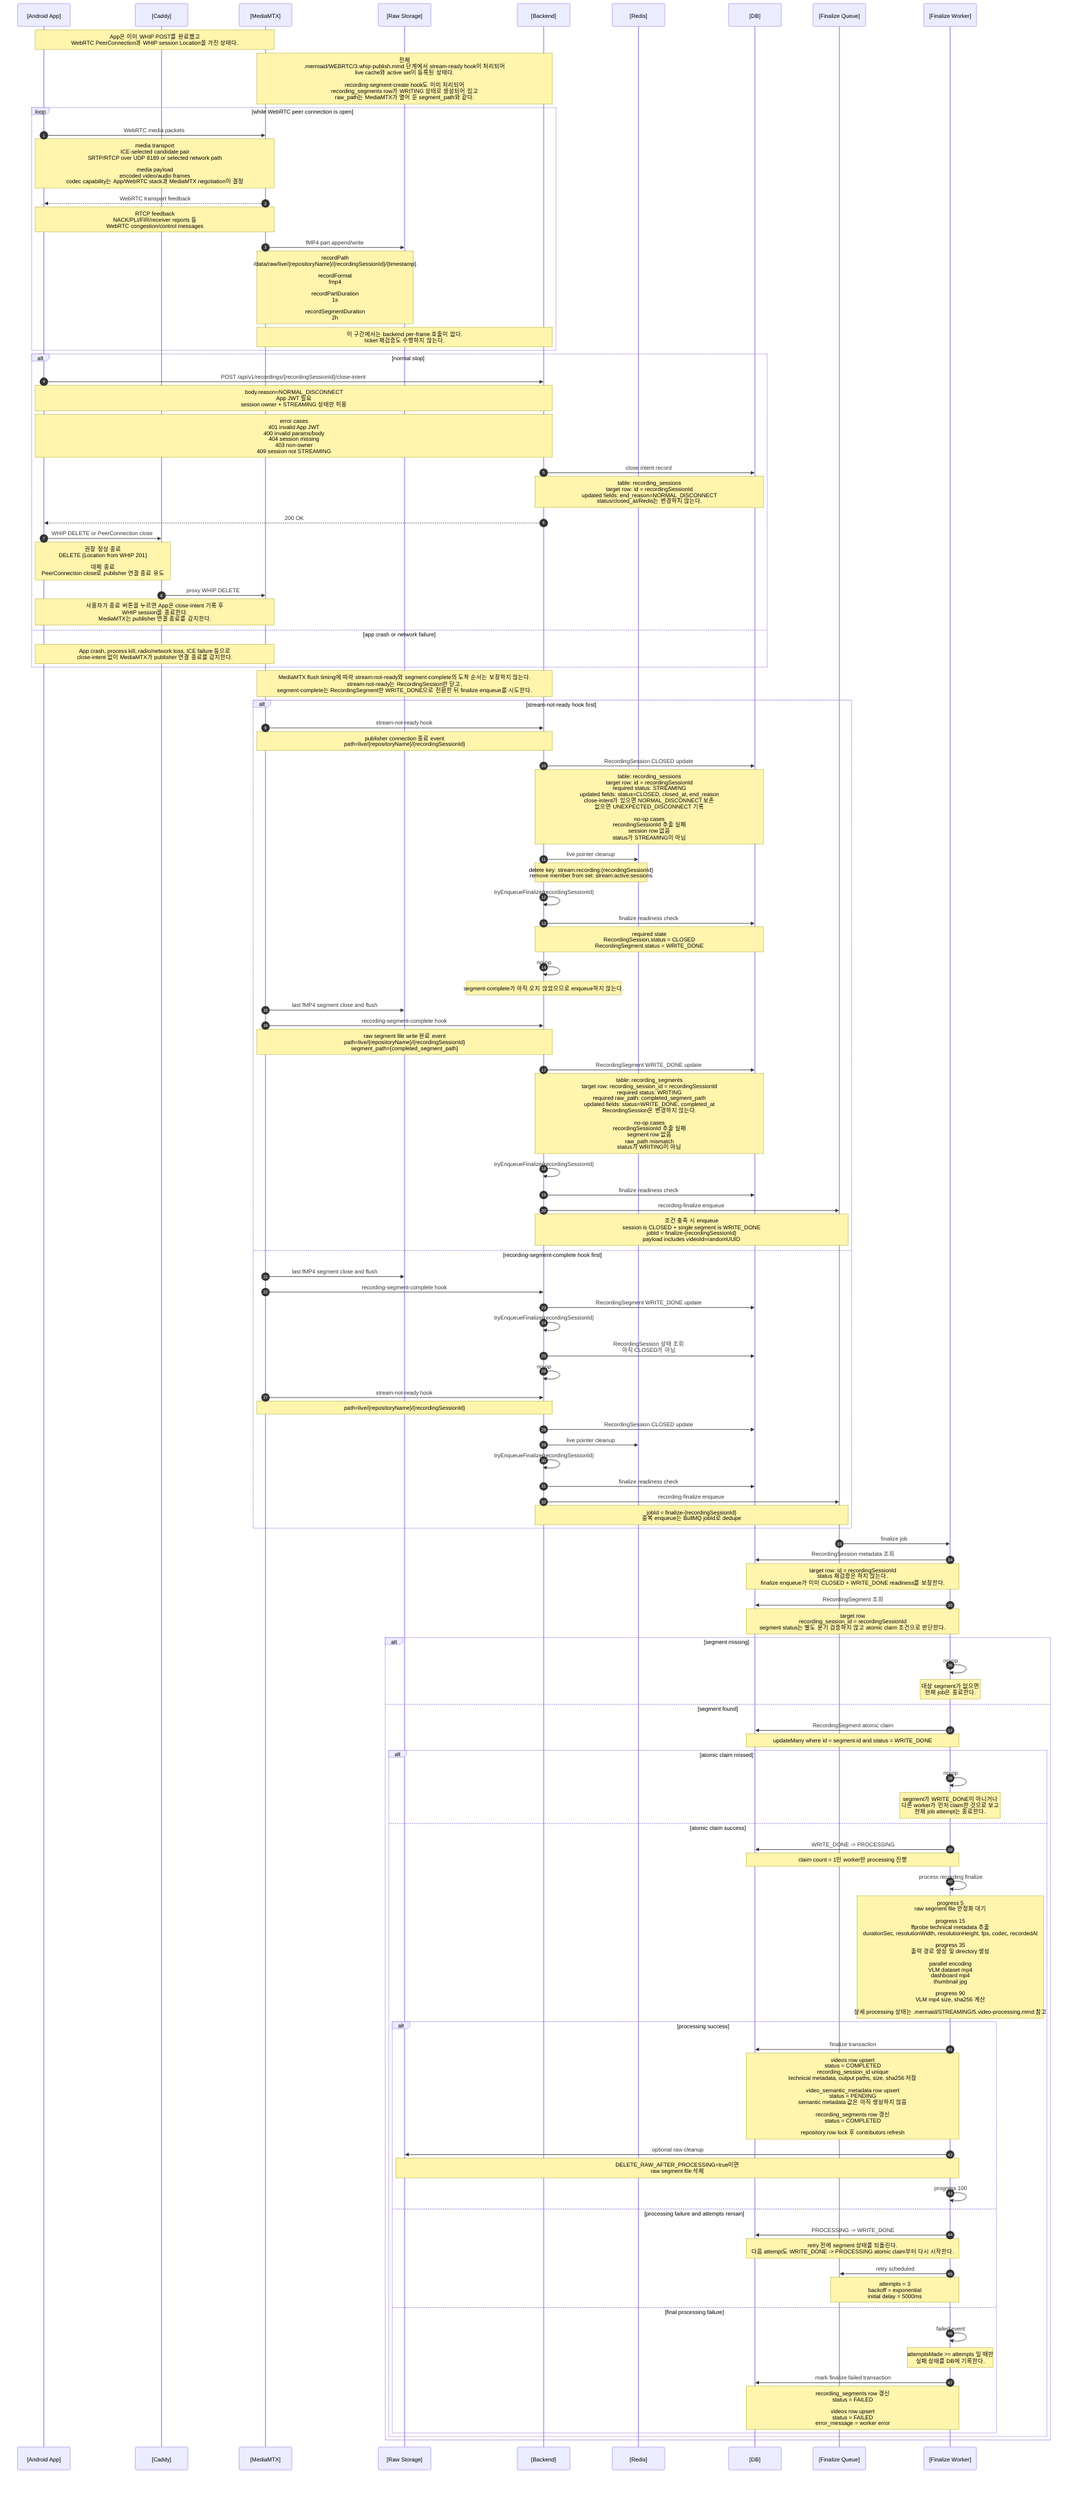
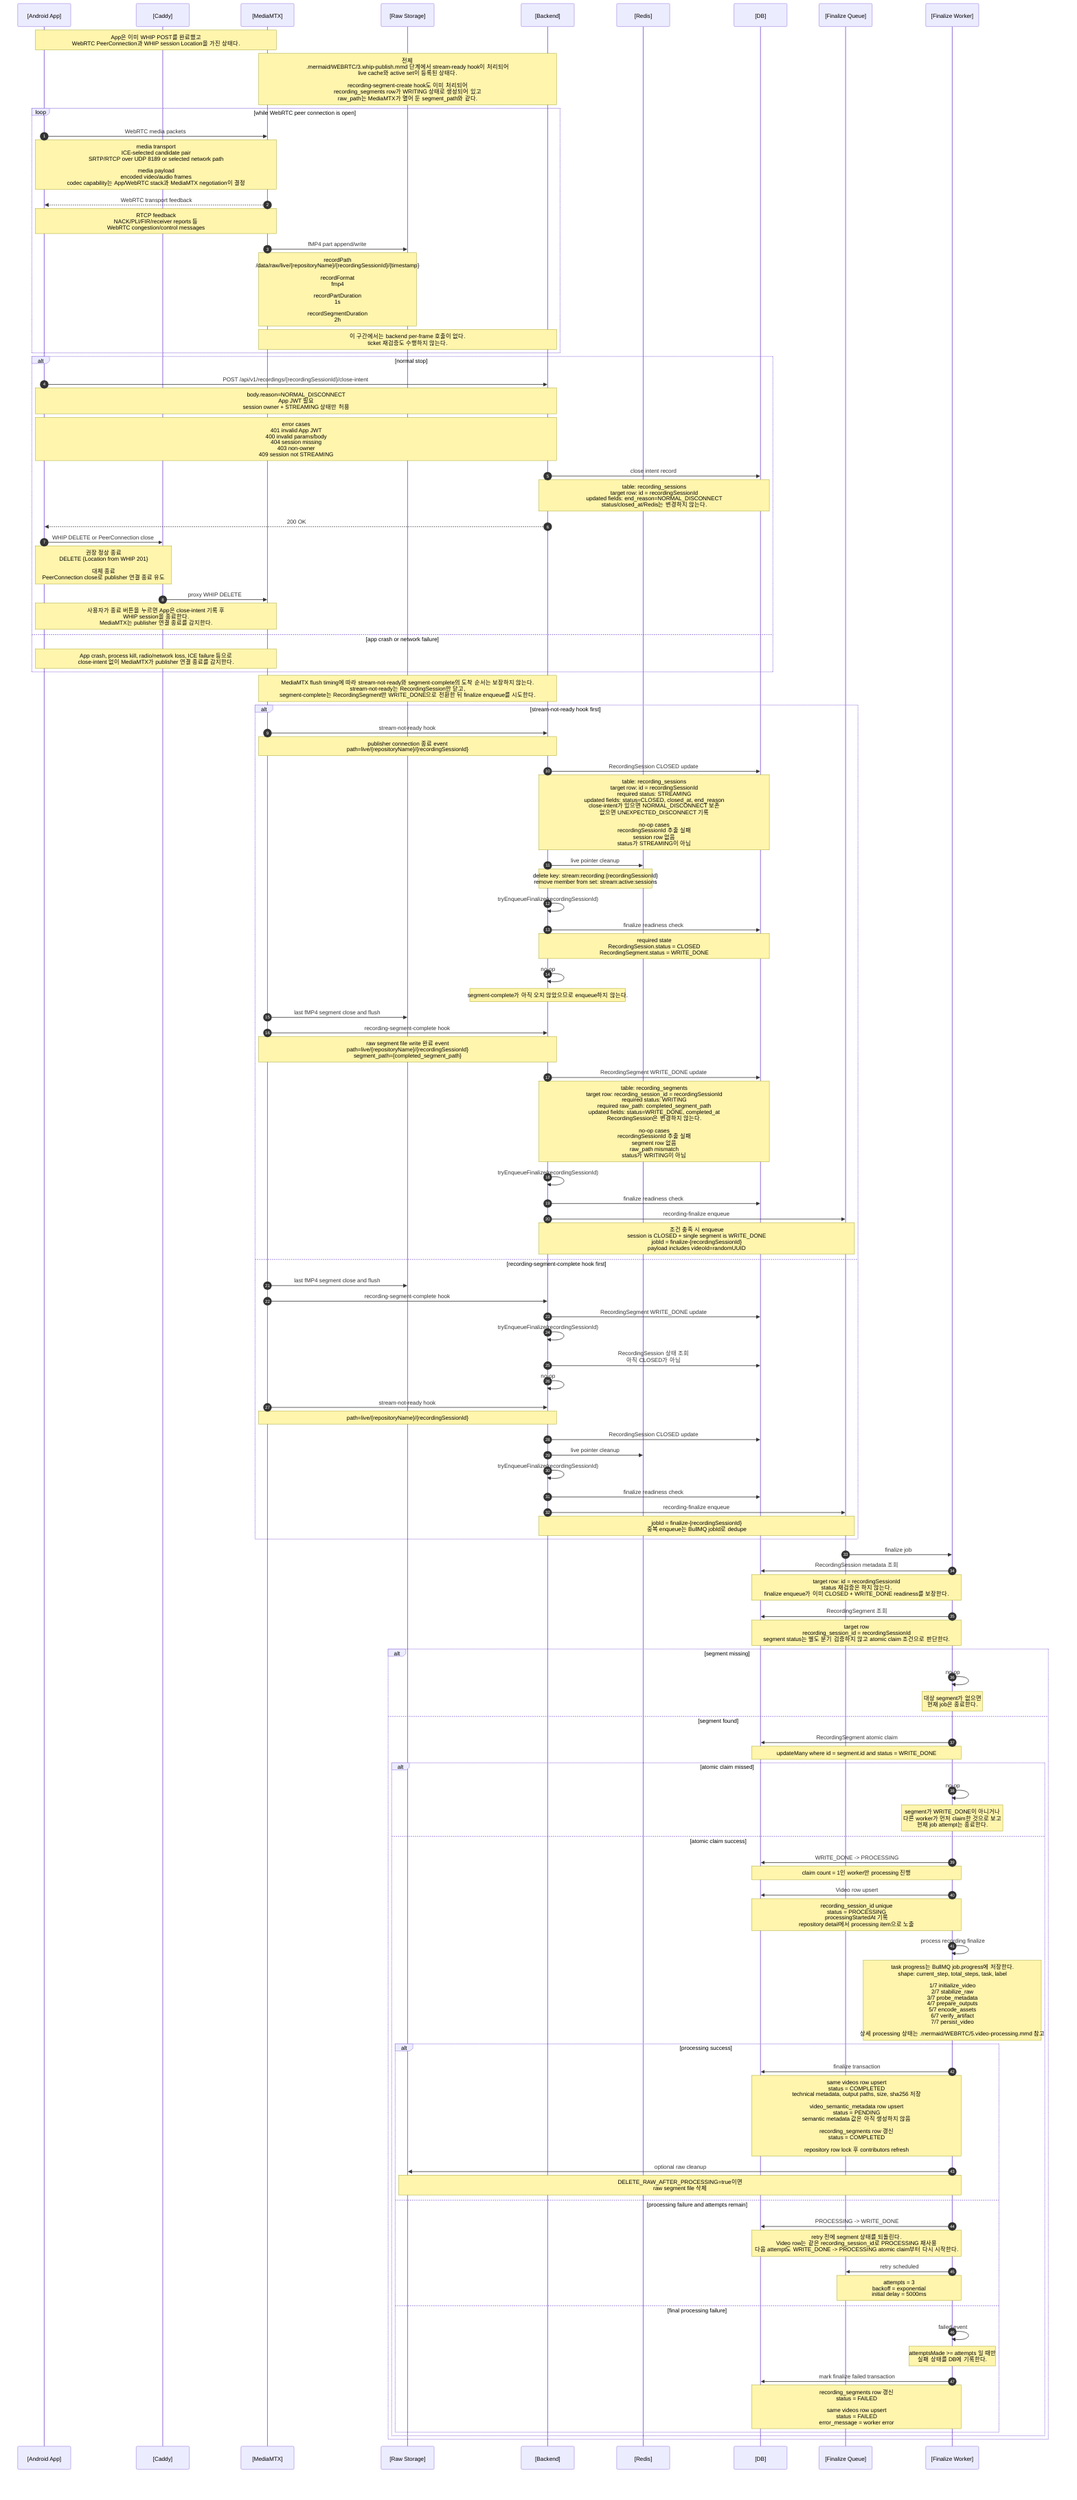
sequenceDiagram
  autonumber
  participant App as [Android App]
  participant Caddy as [Caddy]
  participant MTX as [MediaMTX]
  participant Storage as [Raw Storage]
  participant Backend as [Backend]
  participant Redis as [Redis]
  participant DB as [DB]
  participant Queue as [Finalize Queue]
  participant Worker as [Finalize Worker]

  Note over App,MTX: App은 이미 WHIP POST를 완료했고<br/>WebRTC PeerConnection과 WHIP session Location을 가진 상태다.
  Note over MTX,Backend: 전제<br/>.mermaid/WEBRTC/3.whip-publish.mmd 단계에서 stream-ready hook이 처리되어<br/>live cache와 active set이 등록된 상태다.<br/><br/>recording-segment-create hook도 이미 처리되어<br/>recording_segments row가 WRITING 상태로 생성되어 있고<br/>raw_path는 MediaMTX가 열어 둔 segment_path와 같다.

  loop while WebRTC peer connection is open
    App->>MTX: WebRTC media packets
    Note over App,MTX: media transport<br/>ICE-selected candidate pair<br/>SRTP/RTCP over UDP 8189 or selected network path<br/><br/>media payload<br/>encoded video/audio frames<br/>codec capability는 App/WebRTC stack과 MediaMTX negotiation이 결정

    MTX-->>App: WebRTC transport feedback
    Note over MTX,App: RTCP feedback<br/>NACK/PLI/FIR/receiver reports 등<br/>WebRTC congestion/control messages

    MTX->>Storage: fMP4 part append/write
    Note over MTX,Storage: recordPath<br/>/data/raw/live/{repositoryName}/{recordingSessionId}/{timestamp}<br/><br/>recordFormat<br/>fmp4<br/><br/>recordPartDuration<br/>1s<br/><br/>recordSegmentDuration<br/>2h

    Note over MTX,Backend: 이 구간에서는 backend per-frame 호출이 없다.<br/>ticket 재검증도 수행하지 않는다.
  end

  alt normal stop
    App->>Backend: POST /api/v1/recordings/{recordingSessionId}/close-intent
    Note over App,Backend: body.reason=NORMAL_DISCONNECT<br/>App JWT 필요<br/>session owner + STREAMING 상태만 허용
    Note over App,Backend: error cases<br/>401 invalid App JWT<br/>400 invalid params/body<br/>404 session missing<br/>403 non-owner<br/>409 session not STREAMING
    Backend->>DB: close intent record
    Note over Backend,DB: table: recording_sessions<br/>target row: id = recordingSessionId<br/>updated fields: end_reason=NORMAL_DISCONNECT<br/>status/closed_at/Redis는 변경하지 않는다.
    Backend-->>App: 200 OK

    App->>Caddy: WHIP DELETE or PeerConnection close
    Note over App,Caddy: 권장 정상 종료<br/>DELETE {Location from WHIP 201}<br/><br/>대체 종료<br/>PeerConnection close로 publisher 연결 종료 유도
    Caddy->>MTX: proxy WHIP DELETE
    Note over App,MTX: 사용자가 종료 버튼을 누르면 App은 close-intent 기록 후<br/>WHIP session을 종료한다.<br/>MediaMTX는 publisher 연결 종료를 감지한다.
  else app crash or network failure
    Note over App,MTX: App crash, process kill, radio/network loss, ICE failure 등으로<br/>close-intent 없이 MediaMTX가 publisher 연결 종료를 감지한다.
  end

  Note over MTX,Backend: MediaMTX flush timing에 따라 stream-not-ready와 segment-complete의 도착 순서는 보장하지 않는다.<br/>stream-not-ready는 RecordingSession만 닫고,<br/>segment-complete는 RecordingSegment만 WRITE_DONE으로 전환한 뒤 finalize enqueue를 시도한다.

  alt stream-not-ready hook first
    MTX->>Backend: stream-not-ready hook
    Note over MTX,Backend: publisher connection 종료 event<br/>path=live/{repositoryName}/{recordingSessionId}

    Backend->>DB: RecordingSession CLOSED update
    Note over Backend,DB: table: recording_sessions<br/>target row: id = recordingSessionId<br/>required status: STREAMING<br/>updated fields: status=CLOSED, closed_at, end_reason<br/>close-intent가 있으면 NORMAL_DISCONNECT 보존<br/>없으면 UNEXPECTED_DISCONNECT 기록<br/><br/>no-op cases<br/>recordingSessionId 추출 실패<br/>session row 없음<br/>status가 STREAMING이 아님

    Backend->>Redis: live pointer cleanup
    Note over Backend,Redis: delete key: stream:recording:{recordingSessionId}<br/>remove member from set: stream:active:sessions

    Backend->>Backend: tryEnqueueFinalize(recordingSessionId)
    Backend->>DB: finalize readiness check
    Note over Backend,DB: required state<br/>RecordingSession.status = CLOSED<br/>RecordingSegment.status = WRITE_DONE

    Backend->>Backend: no-op
    Note over Backend: segment-complete가 아직 오지 않았으므로 enqueue하지 않는다.

    MTX->>Storage: last fMP4 segment close and flush
    MTX->>Backend: recording-segment-complete hook
    Note over MTX,Backend: raw segment file write 완료 event<br/>path=live/{repositoryName}/{recordingSessionId}<br/>segment_path={completed_segment_path}

    Backend->>DB: RecordingSegment WRITE_DONE update
    Note over Backend,DB: table: recording_segments<br/>target row: recording_session_id = recordingSessionId<br/>required status: WRITING<br/>required raw_path: completed_segment_path<br/>updated fields: status=WRITE_DONE, completed_at<br/>RecordingSession은 변경하지 않는다.<br/><br/>no-op cases<br/>recordingSessionId 추출 실패<br/>segment row 없음<br/>raw_path mismatch<br/>status가 WRITING이 아님

    Backend->>Backend: tryEnqueueFinalize(recordingSessionId)
    Backend->>DB: finalize readiness check
    Backend->>Queue: recording-finalize enqueue
    Note over Backend,Queue: 조건 충족 시 enqueue<br/>session is CLOSED + single segment is WRITE_DONE<br/>jobId = finalize-{recordingSessionId}<br/>payload includes videoId=randomUUID

  else recording-segment-complete hook first
    MTX->>Storage: last fMP4 segment close and flush
    MTX->>Backend: recording-segment-complete hook
    Backend->>DB: RecordingSegment WRITE_DONE update
    Backend->>Backend: tryEnqueueFinalize(recordingSessionId)
    Backend->>DB: RecordingSession 상태 조회<br/>아직 CLOSED가 아님
    Backend->>Backend: no-op

    MTX->>Backend: stream-not-ready hook
    Note over MTX,Backend: path=live/{repositoryName}/{recordingSessionId}
    Backend->>DB: RecordingSession CLOSED update
    Backend->>Redis: live pointer cleanup
    Backend->>Backend: tryEnqueueFinalize(recordingSessionId)
    Backend->>DB: finalize readiness check
    Backend->>Queue: recording-finalize enqueue
    Note over Backend,Queue: jobId = finalize-{recordingSessionId}<br/>중복 enqueue는 BullMQ jobId로 dedupe
  end

  Queue->>Worker: finalize job
  Worker->>DB: RecordingSession metadata 조회
  Note over Worker,DB: target row: id = recordingSessionId<br/>status 재검증은 하지 않는다.<br/>finalize enqueue가 이미 CLOSED + WRITE_DONE readiness를 보장한다.

  Worker->>DB: RecordingSegment 조회
  Note over Worker,DB: target row<br/>recording_session_id = recordingSessionId<br/>segment status는 별도 분기 검증하지 않고 atomic claim 조건으로 판단한다.

  alt segment missing
    Worker->>Worker: no-op
    Note over Worker: 대상 segment가 없으면<br/>현재 job은 종료한다.
  else segment found
    Worker->>DB: RecordingSegment atomic claim
    Note over Worker,DB: updateMany where id = segment.id and status = WRITE_DONE

    alt atomic claim missed
      Worker->>Worker: no-op
      Note over Worker: segment가 WRITE_DONE이 아니거나<br/>다른 worker가 먼저 claim한 것으로 보고<br/>현재 job attempt는 종료한다.
    else atomic claim success
      Worker->>DB: WRITE_DONE -> PROCESSING
      Note over Worker,DB: claim count = 1인 worker만 processing 진행

+       Worker->>DB: Video row upsert
+       Note over Worker,DB: recording_session_id unique<br/>status = PROCESSING<br/>processingStartedAt 기록<br/>repository detail에서 processing item으로 노출
+ 
      Worker->>Worker: process recording finalize
-       Note over Worker: progress 5<br/>raw segment file 안정화 대기<br/><br/>progress 15<br/>ffprobe technical metadata 추출<br/>durationSec, resolutionWidth, resolutionHeight, fps, codec, recordedAt<br/><br/>progress 35<br/>출력 경로 생성 및 directory 생성<br/><br/>parallel encoding<br/>VLM dataset mp4<br/>dashboard mp4<br/>thumbnail jpg<br/><br/>progress 90<br/>VLM mp4 size, sha256 계산<br/><br/>상세 processing 상태는 .mermaid/STREAMING/5.video-processing.mmd 참고
+       Note over Worker: task progress는 BullMQ job.progress에 저장한다.<br/>shape: current_step, total_steps, task, label<br/><br/>1/7 initialize_video<br/>2/7 stabilize_raw<br/>3/7 probe_metadata<br/>4/7 prepare_outputs<br/>5/7 encode_assets<br/>6/7 verify_artifact<br/>7/7 persist_video<br/><br/>상세 processing 상태는 .mermaid/WEBRTC/5.video-processing.mmd 참고

      alt processing success
        Worker->>DB: finalize transaction
-         Note over Worker,DB: videos row upsert<br/>status = COMPLETED<br/>recording_session_id unique<br/>technical metadata, output paths, size, sha256 저장<br/><br/>video_semantic_metadata row upsert<br/>status = PENDING<br/>semantic metadata 값은 아직 생성하지 않음<br/><br/>recording_segments row 갱신<br/>status = COMPLETED<br/><br/>repository row lock 후 contributors refresh
+         Note over Worker,DB: same videos row upsert<br/>status = COMPLETED<br/>technical metadata, output paths, size, sha256 저장<br/><br/>video_semantic_metadata row upsert<br/>status = PENDING<br/>semantic metadata 값은 아직 생성하지 않음<br/><br/>recording_segments row 갱신<br/>status = COMPLETED<br/><br/>repository row lock 후 contributors refresh
        Worker->>Storage: optional raw cleanup
        Note over Worker,Storage: DELETE_RAW_AFTER_PROCESSING=true이면<br/>raw segment file 삭제
-         Worker->>Worker: progress 100
      else processing failure and attempts remain
        Worker->>DB: PROCESSING -> WRITE_DONE
-         Note over Worker,DB: retry 전에 segment 상태를 되돌린다.<br/>다음 attempt도 WRITE_DONE -> PROCESSING atomic claim부터 다시 시작한다.
+         Note over Worker,DB: retry 전에 segment 상태를 되돌린다.<br/>Video row는 같은 recording_session_id로 PROCESSING 재사용<br/>다음 attempt도 WRITE_DONE -> PROCESSING atomic claim부터 다시 시작한다.
        Worker->>Queue: retry scheduled
        Note over Worker,Queue: attempts = 3<br/>backoff = exponential<br/>initial delay = 5000ms
      else final processing failure
        Worker->>Worker: failed event
        Note over Worker: attemptsMade >= attempts 일 때만<br/>실패 상태를 DB에 기록한다.
        Worker->>DB: mark finalize failed transaction
-         Note over Worker,DB: recording_segments row 갱신<br/>status = FAILED<br/><br/>videos row upsert<br/>status = FAILED<br/>error_message = worker error
+         Note over Worker,DB: recording_segments row 갱신<br/>status = FAILED<br/><br/>same videos row upsert<br/>status = FAILED<br/>error_message = worker error
      end
    end
  end

%% 참고:
%% 이 문서는 live cache 저장 이후 실제 WebRTC media 전송,
%% publisher session 종료, stream-not-ready/segment-complete hook, finalize enqueue까지 다룬다.
%% App 변경 필요:
%% App의 stop 버튼은 legacy Stop API를 호출하지 않는다.
%% App의 stop 버튼은 WHIP session을 종료하기 전에
%% POST /api/v1/recordings/{recordingSessionId}/close-intent 를 호출해야 한다.
%% close-intent body는 { "reason": "NORMAL_DISCONNECT" } 만 보낸다.
%% close-intent 200 OK 이후 WHIP Location에 DELETE를 보내거나 PeerConnection을 정상 close한다.
%% close-intent 호출 실패 또는 app crash/network failure/ICE failure로 close-intent가 누락되면
%% backend는 stream-not-ready/reconcile 시 UNEXPECTED_DISCONNECT로 기록한다.
%% stream-not-ready hook payload만으로 정상 close와 crash/network failure/ICE timeout을 정확히 구분하지 않는다.
%% close-intent가 먼저 도착한 경우 stream-not-ready는 NORMAL_DISCONNECT를 보존한다.
%% close-intent 없이 stream-not-ready가 도착하거나 MediaMTX active path missing을 reconcile이 감지하면 UNEXPECTED_DISCONNECT로 기록한다.
%% 현재 구조에서는 App이 단일 recording session을 짧게 유지하는 전제이므로
%% 정상 흐름의 segment rollover는 별도로 다루지 않는다.
%% finalize job 중복 enqueue는 jobId=finalize-{recordingSessionId}로 dedupe된다.
%% worker는 session status와 existing Video를 사전 재검증하지 않는다.
%% 처리 권한은 RecordingSegment WRITE_DONE -> PROCESSING atomic claim으로 보장한다.
%% 성공 시 videos row는 recording_session_id unique key 기준 upsert한다. 이는 현재 코드 기준 의도된 동작이다.
%% semantic metadata는 video_semantic_metadata 별도 table에서 status/data를 관리한다.
%% WRITE_DONE segment를 reconcile에서 다시 찾아 enqueue하는 보정 loop는 두지 않는다.
%% retry 가능한 worker 실패에서는 PROCESSING을 WRITE_DONE으로 되돌린 뒤 BullMQ retry에 맡긴다.
%% recording-finalize queue option: attempts=3, exponential backoff delay=5000ms, removeOnComplete=1000, removeOnFail=2000.
%% segment-complete hook 누락 복구는 현재 하지 않는다. segment-complete가 오지 않으면 WRITING segment는 finalize 대상이 아니다.
%% pain point: worker process crash, OOM, host kill처럼 catch/failed handler가 실행되지 않는 장애에서는 PROCESSING -> WRITE_DONE reset이 누락될 수 있다.
%% 현재 단계에서는 stale PROCESSING 복구를 구현하지 않는다. 필요해지면 reconcile 또는 processing lease 기반 복구를 추가해야 한다.
- %% worker processing의 상세 구현 상태와 VLM semantic metadata 확장 지점은 .mermaid/STREAMING/5.video-processing.mmd에서 다룬다.
+ %% worker processing의 상세 구현 상태와 VLM semantic metadata 확장 지점은 .mermaid/WEBRTC/5.video-processing.mmd에서 다룬다.
%% WHIP/WebRTC publisher session 종료와 CLOSED 기록 정책은 .mermaid/WEBRTC/whip-connection-closure.mmd에서 따로 다룬다.
%% RTMP media 전송 흐름은 .mermaid/RTMP/4.rtmp-stream.mmd에서 따로 다룬다.
